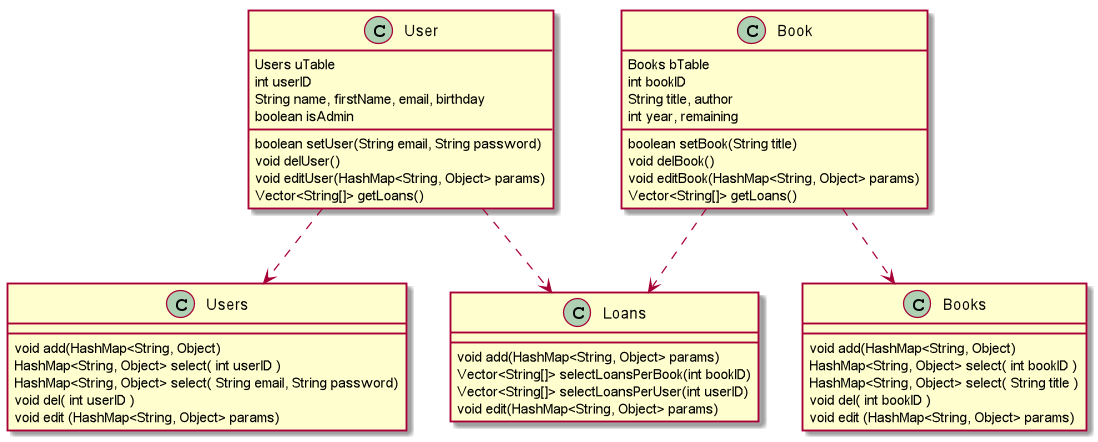
DiorAdam/LibraryManager keeps this PlantUML diagram as Modelisation/BackAPI.png. Above is the earlier version.
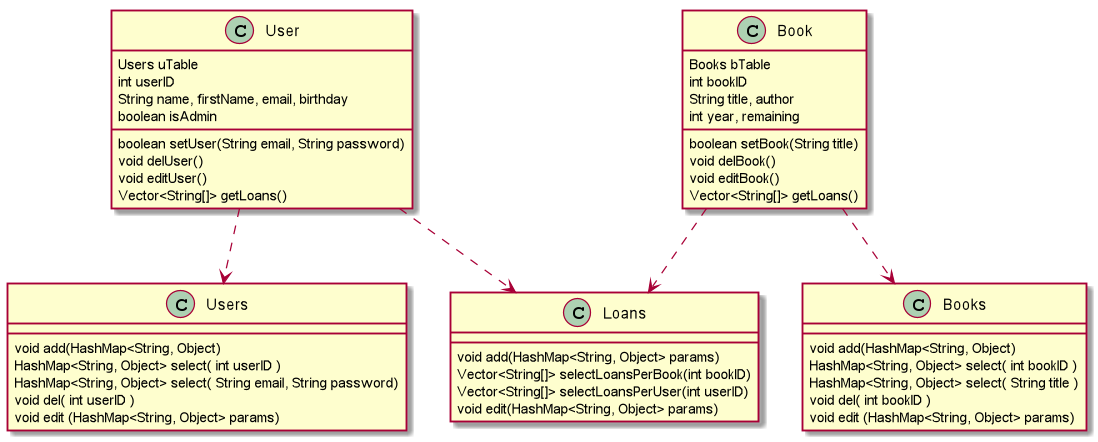
The same diagram one commit later.

The edit, as a diff of the source:
```diff
@@ -16,7 +16,7 @@
     boolean isAdmin
     boolean setUser(String email, String password)
     void delUser()
-    void editUser(HashMap<String, Object> params)
+    void editUser()
     Vector<String[]> getLoans()
 }
 User ..> Users
@@ -37,7 +37,7 @@
     int year, remaining
     boolean setBook(String title)
     void delBook()
-    void editBook(HashMap<String, Object> params)
+    void editBook()
     Vector<String[]> getLoans()
 }
 Book ..> Books
```
